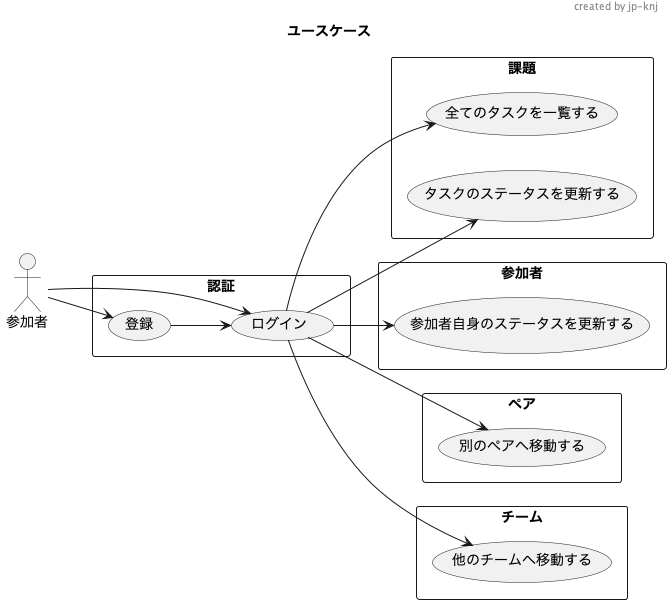
This is docs/usecase.png from knj-labo/learn_ddd, a PlantUML export, as it was before one commit.
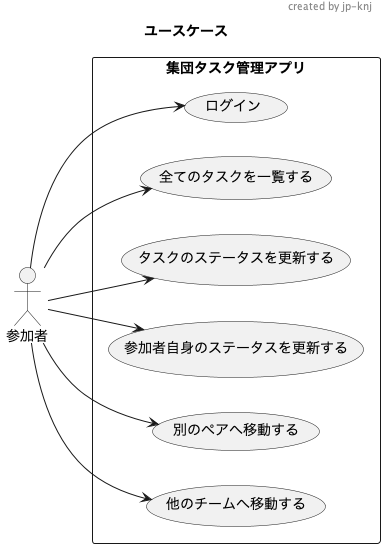
The same diagram one commit later.

Commit message:
:books: update usecase diagram for coding

The edit, as a diff of the source:
```diff
@@ -5,38 +5,23 @@
 
 left to right direction
 actor "参加者" as Actor
-rectangle 認証 {
+rectangle 集団タスク管理アプリ {
   usecase "ログイン" as AuthenticationUC1
-  usecase "登録" as AuthenticationUC2
+  Actor --> AuthenticationUC1
 
-  Actor --> AuthenticationUC1
-  Actor --> AuthenticationUC2
-  AuthenticationUC2 --> AuthenticationUC1
-}
+  usecase "全てのタスクを一覧する" as TaskUC1
+  Actor --> TaskUC1
 
-rectangle 課題 {
-  usecase "全てのタスクを一覧する" as TaskUC1
   usecase "タスクのステータスを更新する" as TaskUC2
+  Actor --> TaskUC2
 
-  AuthenticationUC1 --> TaskUC1
-  AuthenticationUC1 --> TaskUC2
-}
+  usecase "参加者自身のステータスを更新する" as MemberUC1
+  Actor --> MemberUC1
 
-rectangle 参加者 {
-  usecase "参加者自身のステータスを更新する" as MemberUC1
+  usecase "別のペアへ移動する" as PairUC1
+  Actor --> PairUC1
 
-  AuthenticationUC1 --> MemberUC1
-}
-
-rectangle ペア {
-  usecase "別のペアへ移動する" as PairUC1
-
-  AuthenticationUC1 --> PairUC1
-}
-
-rectangle チーム {
   usecase "他のチームへ移動する" as TeamUC1
-
-  AuthenticationUC1 --> TeamUC1
+  Actor --> TeamUC1
 }
 @enduml
```
